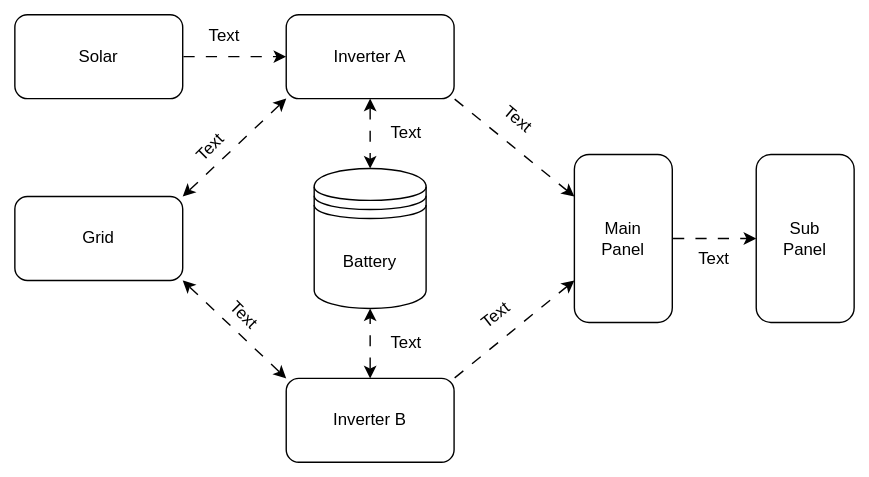
mattster98/grafana-flow keeps this draw.io diagram as Inverter System.drawio.svg. Above is the earlier version. Source tidied: cells renumbered, new cells last; positions are measured from the earlier drawing's top-left corner, leaving out a move shared by most shapes.
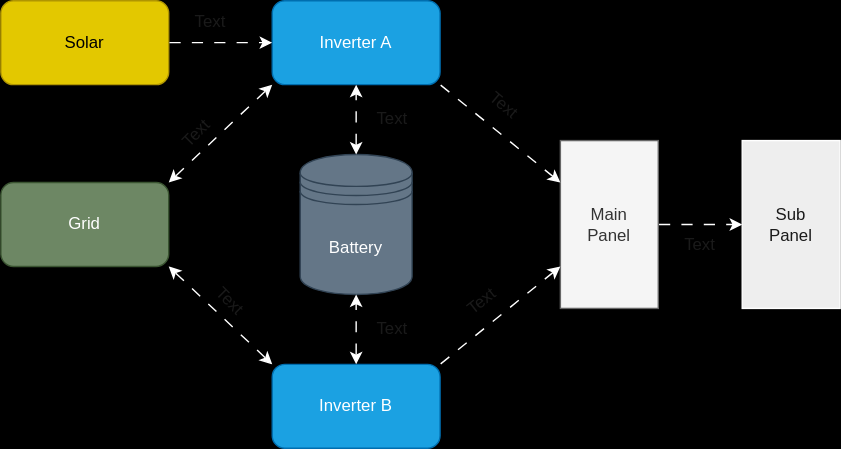
After the change.

The edit, as a diff of the source:
```diff
@@ -1,74 +1,74 @@
-<mxGraphModel background="#FFFFFF">
+<mxGraphModel background="#000000">
   <root>
     <mxCell id="0" />
     <mxCell id="1" parent="0" />
-    <mxCell id="2" value="Solar" style="rounded=1;whiteSpace=wrap;html=1;labelBackgroundColor=none;" parent="1" vertex="1">
+    <mxCell id="2" value="Solar" style="rounded=1;whiteSpace=wrap;html=1;labelBackgroundColor=none;fillColor=#e3c800;strokeColor=#B09500;fontColor=#000000;" parent="1" vertex="1">
       <mxGeometry width="120" height="60" as="geometry" />
     </mxCell>
-    <mxCell id="3" value="Inverter A" style="rounded=1;whiteSpace=wrap;html=1;labelBackgroundColor=none;" parent="1" vertex="1">
+    <mxCell id="3" value="Inverter A" style="rounded=1;whiteSpace=wrap;html=1;labelBackgroundColor=none;fillColor=#1ba1e2;strokeColor=#006EAF;fontColor=#ffffff;" parent="1" vertex="1">
       <mxGeometry x="194" width="120" height="60" as="geometry" />
     </mxCell>
-    <mxCell id="4" value="Inverter B" style="rounded=1;whiteSpace=wrap;html=1;labelBackgroundColor=none;" parent="1" vertex="1">
+    <mxCell id="4" value="Inverter B" style="rounded=1;whiteSpace=wrap;html=1;labelBackgroundColor=none;fillColor=#1ba1e2;strokeColor=#006EAF;fontColor=#ffffff;" parent="1" vertex="1">
       <mxGeometry x="194" y="260" width="120" height="60" as="geometry" />
     </mxCell>
-    <mxCell id="5" value="Battery" style="shape=datastore;whiteSpace=wrap;html=1;labelBackgroundColor=none;rounded=1;" parent="1" vertex="1">
+    <mxCell id="5" value="Battery" style="shape=datastore;whiteSpace=wrap;html=1;labelBackgroundColor=none;rounded=0;fillColor=#647687;strokeColor=#314354;fontColor=#ffffff;" parent="1" vertex="1">
       <mxGeometry x="214" y="110" width="80" height="100" as="geometry" />
     </mxCell>
-    <mxCell id="6" value="Grid" style="rounded=1;whiteSpace=wrap;html=1;labelBackgroundColor=none;" parent="1" vertex="1">
+    <mxCell id="6" value="Grid" style="rounded=1;whiteSpace=wrap;html=1;labelBackgroundColor=none;fillColor=#6d8764;strokeColor=#3A5431;fontColor=#ffffff;" parent="1" vertex="1">
       <mxGeometry y="130" width="120" height="60" as="geometry" />
     </mxCell>
-    <mxCell id="7" style="endArrow=classic;html=1;rounded=1;entryX=0;entryY=0.5;entryDx=0;entryDy=0;exitX=1;exitY=0.5;exitDx=0;exitDy=0;flowAnimation=1;labelBackgroundColor=none;fontColor=default;" parent="1" edge="1" source="2" target="3">
+    <mxCell id="7" style="endArrow=classic;html=1;rounded=0;entryX=0;entryY=0.5;entryDx=0;entryDy=0;exitX=1;exitY=0.5;exitDx=0;exitDy=0;flowAnimation=1;labelBackgroundColor=none;fontColor=default;strokeColor=#FFFFFF;" parent="1" edge="1" source="2" target="3">
       <mxGeometry relative="1" as="geometry" />
     </mxCell>
-    <mxCell id="8" style="endArrow=classic;startArrow=classic;html=1;rounded=1;exitX=0.5;exitY=1;exitDx=0;exitDy=0;flowAnimation=1;entryX=0.5;entryY=0;entryDx=0;entryDy=0;labelBackgroundColor=none;fontColor=default;" parent="1" edge="1" source="3" target="5">
+    <mxCell id="8" style="endArrow=classic;startArrow=classic;html=1;rounded=0;entryX=0.5;entryY=1;entryDx=0;entryDy=0;exitX=0.5;exitY=0;exitDx=0;exitDy=0;flowAnimation=1;labelBackgroundColor=none;fontColor=default;strokeColor=#FFFFFF;" parent="1" edge="1" source="5" target="3">
       <mxGeometry relative="1" as="geometry" />
     </mxCell>
-    <mxCell id="9" style="endArrow=classic;startArrow=classic;html=1;rounded=1;entryX=0.5;entryY=1;entryDx=0;entryDy=0;exitX=0.5;exitY=0;exitDx=0;exitDy=0;flowAnimation=1;labelBackgroundColor=none;fontColor=default;" parent="1" edge="1" source="4" target="5">
+    <mxCell id="9" style="endArrow=classic;startArrow=classic;html=1;rounded=0;entryX=0.5;entryY=1;entryDx=0;entryDy=0;exitX=0.5;exitY=0;exitDx=0;exitDy=0;flowAnimation=1;labelBackgroundColor=none;fontColor=default;strokeColor=#FFFFFF;" parent="1" edge="1" source="4" target="5">
       <mxGeometry relative="1" as="geometry" />
     </mxCell>
-    <mxCell id="10" style="endArrow=classic;startArrow=classic;html=1;rounded=1;exitX=0;exitY=1;exitDx=0;exitDy=0;flowAnimation=1;entryX=1;entryY=0;entryDx=0;entryDy=0;labelBackgroundColor=none;fontColor=default;" parent="1" edge="1" source="3" target="6">
+    <mxCell id="10" style="endArrow=classic;startArrow=classic;html=1;rounded=0;entryX=0;entryY=1;entryDx=0;entryDy=0;exitX=1;exitY=0;exitDx=0;exitDy=0;flowAnimation=1;labelBackgroundColor=none;fontColor=default;strokeColor=#FFFFFF;" parent="1" edge="1" source="6" target="3">
       <mxGeometry relative="1" as="geometry" />
     </mxCell>
-    <mxCell id="11" style="endArrow=classic;startArrow=classic;html=1;rounded=1;entryX=1;entryY=1;entryDx=0;entryDy=0;exitX=0;exitY=0;exitDx=0;exitDy=0;flowAnimation=1;labelBackgroundColor=none;fontColor=default;" parent="1" edge="1" source="4" target="6">
+    <mxCell id="11" style="endArrow=classic;startArrow=classic;html=1;rounded=0;entryX=1;entryY=1;entryDx=0;entryDy=0;exitX=0;exitY=0;exitDx=0;exitDy=0;flowAnimation=1;labelBackgroundColor=none;fontColor=default;strokeColor=#FFFFFF;" parent="1" edge="1" source="4" target="6">
       <mxGeometry relative="1" as="geometry" />
     </mxCell>
-    <mxCell id="12" value="Main&lt;div&gt;Panel&lt;/div&gt;" style="rounded=1;whiteSpace=wrap;html=1;labelBackgroundColor=none;" parent="1" vertex="1">
+    <mxCell id="12" value="Main&lt;div&gt;Panel&lt;/div&gt;" style="rounded=0;whiteSpace=wrap;html=1;labelBackgroundColor=none;fillColor=#f5f5f5;strokeColor=#666666;fontColor=#333333;" parent="1" vertex="1">
       <mxGeometry x="400" y="100" width="70" height="120" as="geometry" />
     </mxCell>
-    <mxCell id="13" value="Sub&lt;div&gt;Panel&lt;/div&gt;" style="rounded=1;whiteSpace=wrap;html=1;labelBackgroundColor=none;" parent="1" vertex="1">
+    <mxCell id="13" value="Sub&lt;div&gt;Panel&lt;/div&gt;" style="rounded=0;whiteSpace=wrap;html=1;labelBackgroundColor=none;fillColor=#EEEEEE;strokeColor=#FFFFFF;fontColor=#1A1A1A;" parent="1" vertex="1">
       <mxGeometry x="530" y="100" width="70" height="120" as="geometry" />
     </mxCell>
-    <mxCell id="14" style="endArrow=classic;html=1;rounded=1;entryX=0;entryY=0.25;entryDx=0;entryDy=0;exitX=1;exitY=1;exitDx=0;exitDy=0;flowAnimation=1;labelBackgroundColor=none;fontColor=default;" parent="1" edge="1" source="3" target="12">
+    <mxCell id="14" style="endArrow=classic;html=1;rounded=0;entryX=0;entryY=0.25;entryDx=0;entryDy=0;exitX=1;exitY=1;exitDx=0;exitDy=0;flowAnimation=1;labelBackgroundColor=none;fontColor=default;strokeColor=#FFFFFF;" parent="1" edge="1" source="3" target="12">
       <mxGeometry relative="1" as="geometry" />
     </mxCell>
-    <mxCell id="15" style="endArrow=classic;html=1;rounded=1;entryX=0;entryY=0.75;entryDx=0;entryDy=0;exitX=1;exitY=0;exitDx=0;exitDy=0;flowAnimation=1;labelBackgroundColor=none;fontColor=default;" parent="1" edge="1" source="4" target="12">
+    <mxCell id="15" style="endArrow=classic;html=1;rounded=0;entryX=0;entryY=0.75;entryDx=0;entryDy=0;exitX=1;exitY=0;exitDx=0;exitDy=0;flowAnimation=1;labelBackgroundColor=none;fontColor=default;strokeColor=#FFFFFF;" parent="1" edge="1" source="4" target="12">
       <mxGeometry relative="1" as="geometry" />
     </mxCell>
-    <mxCell id="16" style="endArrow=classic;html=1;rounded=1;entryX=0;entryY=0.5;entryDx=0;entryDy=0;exitX=1;exitY=0.5;exitDx=0;exitDy=0;flowAnimation=1;labelBackgroundColor=none;fontColor=default;" parent="1" edge="1" source="12" target="13">
+    <mxCell id="16" style="endArrow=classic;html=1;rounded=0;entryX=0;entryY=0.5;entryDx=0;entryDy=0;exitX=1;exitY=0.5;exitDx=0;exitDy=0;flowAnimation=1;labelBackgroundColor=none;fontColor=default;strokeColor=#FFFFFF;" parent="1" edge="1" source="12" target="13">
       <mxGeometry relative="1" as="geometry" />
     </mxCell>
-    <mxCell id="17" value="Text" style="text;html=1;align=center;verticalAlign=middle;whiteSpace=wrap;rounded=1;rotation=-45;labelBackgroundColor=none;" parent="1" vertex="1">
+    <mxCell id="17" value="Text" style="text;html=1;align=center;verticalAlign=middle;whiteSpace=wrap;rounded=0;rotation=-45;labelBackgroundColor=none;fontColor=#1A1A1A;" parent="1" vertex="1">
       <mxGeometry x="110" y="80" width="60" height="30" as="geometry" />
     </mxCell>
-    <mxCell id="18" value="Text" style="text;html=1;align=center;verticalAlign=middle;whiteSpace=wrap;rounded=1;rotation=45;labelBackgroundColor=none;" parent="1" vertex="1">
+    <mxCell id="18" value="Text" style="text;html=1;align=center;verticalAlign=middle;whiteSpace=wrap;rounded=0;rotation=45;labelBackgroundColor=none;fontColor=#1A1A1A;" parent="1" vertex="1">
       <mxGeometry x="134" y="200" width="60" height="30" as="geometry" />
     </mxCell>
-    <mxCell id="19" value="Text" style="text;html=1;align=center;verticalAlign=middle;whiteSpace=wrap;rounded=1;rotation=0;labelBackgroundColor=none;" parent="1" vertex="1">
+    <mxCell id="19" value="Text" style="text;html=1;align=center;verticalAlign=middle;whiteSpace=wrap;rounded=0;rotation=0;labelBackgroundColor=none;fontColor=#1A1A1A;" parent="1" vertex="1">
       <mxGeometry x="120" width="60" height="30" as="geometry" />
     </mxCell>
-    <mxCell id="20" value="Text" style="text;html=1;align=center;verticalAlign=middle;whiteSpace=wrap;rounded=1;rotation=0;labelBackgroundColor=none;" parent="1" vertex="1">
+    <mxCell id="20" value="Text" style="text;html=1;align=center;verticalAlign=middle;whiteSpace=wrap;rounded=0;rotation=0;labelBackgroundColor=none;fontColor=#1A1A1A;" parent="1" vertex="1">
       <mxGeometry x="250" y="70" width="60" height="30" as="geometry" />
     </mxCell>
-    <mxCell id="21" value="Text" style="text;html=1;align=center;verticalAlign=middle;whiteSpace=wrap;rounded=1;rotation=0;labelBackgroundColor=none;" parent="1" vertex="1">
+    <mxCell id="21" value="Text" style="text;html=1;align=center;verticalAlign=middle;whiteSpace=wrap;rounded=0;rotation=0;labelBackgroundColor=none;fontColor=#1A1A1A;" parent="1" vertex="1">
       <mxGeometry x="250" y="220" width="60" height="30" as="geometry" />
     </mxCell>
-    <mxCell id="22" value="Text" style="text;html=1;align=center;verticalAlign=middle;whiteSpace=wrap;rounded=1;rotation=40;labelBackgroundColor=none;" parent="1" vertex="1">
+    <mxCell id="22" value="Text" style="text;html=1;align=center;verticalAlign=middle;whiteSpace=wrap;rounded=0;rotation=40;labelBackgroundColor=none;fontColor=#1A1A1A;" parent="1" vertex="1">
       <mxGeometry x="330" y="60" width="60" height="30" as="geometry" />
     </mxCell>
-    <mxCell id="23" value="Text" style="text;html=1;align=center;verticalAlign=middle;whiteSpace=wrap;rounded=1;rotation=-38;labelBackgroundColor=none;" parent="1" vertex="1">
+    <mxCell id="23" value="Text" style="text;html=1;align=center;verticalAlign=middle;whiteSpace=wrap;rounded=0;rotation=-38;labelBackgroundColor=none;fontColor=#1A1A1A;" parent="1" vertex="1">
       <mxGeometry x="314" y="200" width="60" height="30" as="geometry" />
     </mxCell>
-    <mxCell id="24" value="Text" style="text;html=1;align=center;verticalAlign=middle;whiteSpace=wrap;rounded=1;rotation=0;labelBackgroundColor=none;" parent="1" vertex="1">
+    <mxCell id="24" value="Text" style="text;html=1;align=center;verticalAlign=middle;whiteSpace=wrap;rounded=0;rotation=0;labelBackgroundColor=none;fontColor=#1A1A1A;" parent="1" vertex="1">
       <mxGeometry x="470" y="160" width="60" height="30" as="geometry" />
     </mxCell>
   </root>
```
